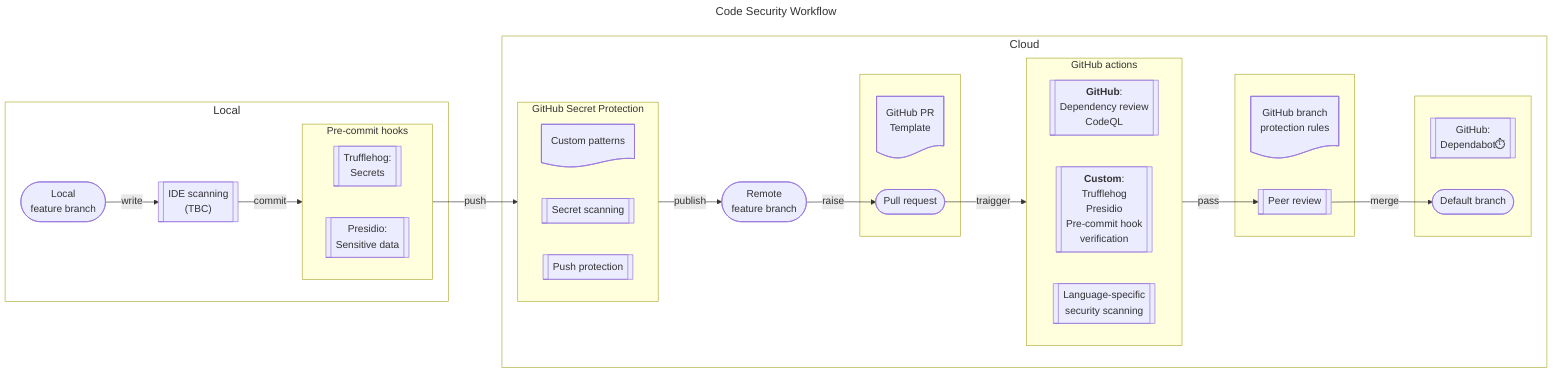
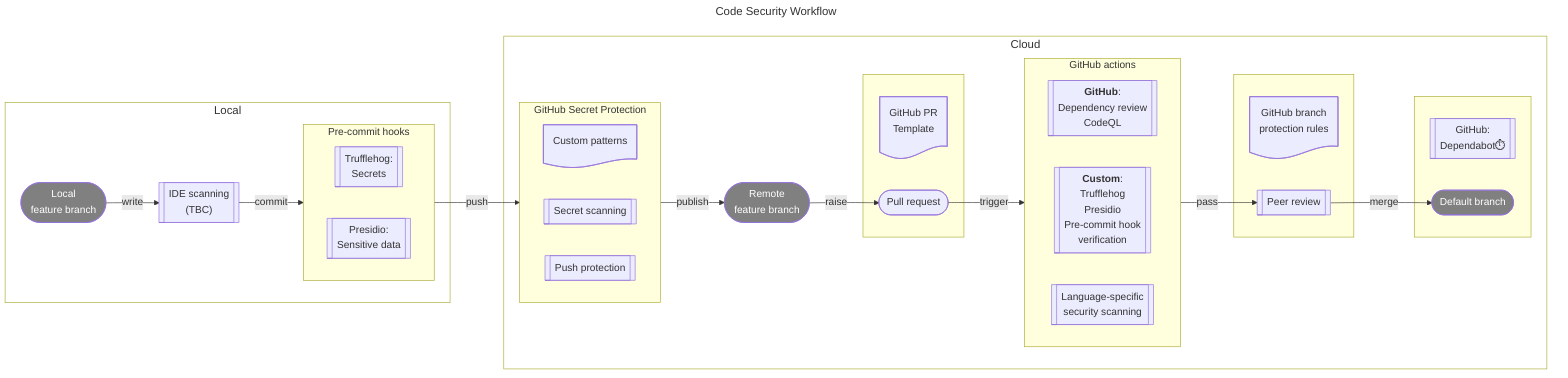
---
title: Code Security Workflow
---
flowchart LR
 subgraph PCH["Pre-commit hooks"]
      direction LR
        C[["Trufflehog: <br> Secrets"]]
        D[["Presidio: <br> Sensitive data"]]
  end
 subgraph GHA["GitHub actions"]
    direction LR
        n4[["`**GitHub**: <br> Dependency review <br> CodeQL`"]]
        n6[["`**Custom**: <br>Trufflehog <br> Presidio <br> Pre-commit hook <br>verification`"]]
        n14[["Language-specific <br>security scanning"]]
  end
 subgraph local["Local"]
        A(["Local <br>feature branch"])
        B[["IDE scanning <br> (TBC)"]]
        PCH

  end
 subgraph cloud["Cloud"]
        GHS["GHS"]
        n3(["Remote <br> feature branch"])
        s5["s5"]
        GHA
        s6["s6"]
        s7["s7"]
  end
 subgraph s5[" "]
        n15@{ shape: doc, label: "GitHub PR <br>Template"}
        n9(["Pull request"])
  end
 subgraph s6[" "]
        n11@{ shape: doc, label: "GitHub branch <br>protection rules"}
        n10[["Peer review"]]
  end
 subgraph s7[" "]
        n13[["GitHub: <br>Dependabot⏱️"]]
        n12(["Default branch"])
  end
 subgraph GHS["GitHub Secret Protection"]
      direction LR
        custom@{ shape: doc, label: "Custom patterns"}
        n2[["Secret scanning"]]
        push[["Push protection"]]
  end

    A -- write --> B
    B -- commit --> PCH
    PCH -- push --> GHS
    GHS --publish--> n3
+     n3 -- raise --> n9
+     n9 --trigger--> GHA
    GHA --pass--> n10
    n10 -- merge --> n12
-     n3 -- raise --> n9
-     n9 --traigger--> GHA

    classDef BiggerTitle font-size:18px,fill:white;
    class cloud,local BiggerTitle;
+     classDef Grey fill:grey, color:white;
+     class A,n3,n12 Grey;
